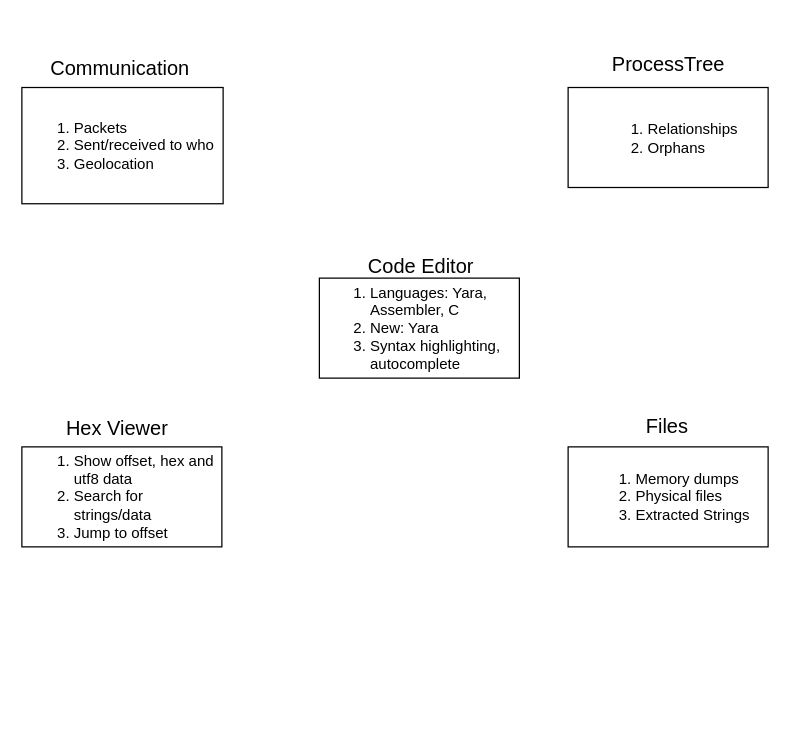
neuromonger/helloWorld keeps this draw.io diagram as UI_interop_map.drawio. Above is the earlier version. Source tidied: cells renumbered, new cells numbered last; positions are measured from the earlier drawing's top-left corner, leaving out a move shared by most shapes. Both pictures are drawn from the tidied source at 125%, with x=0, y=0 at pixel (21, 41).
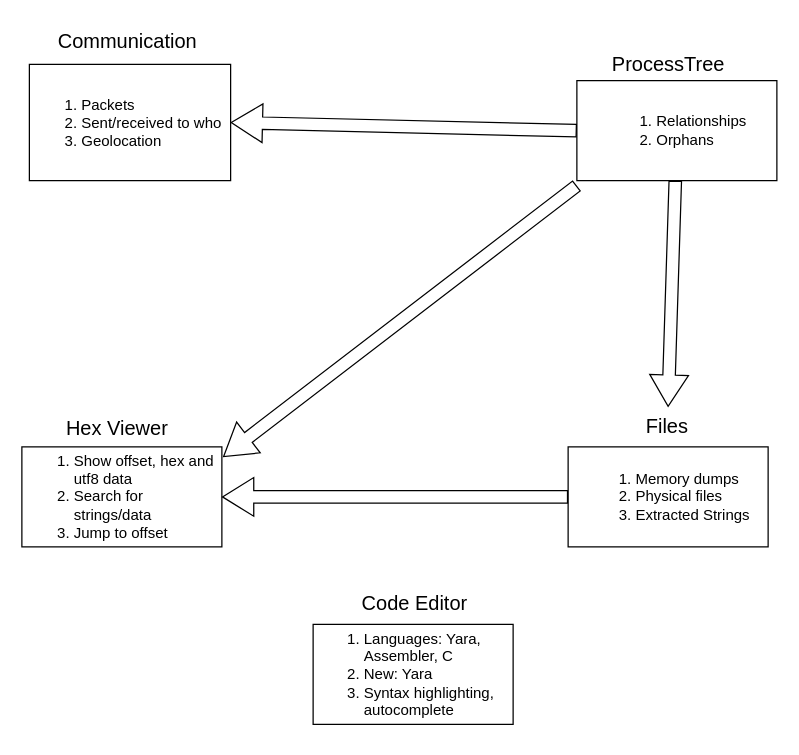
The same diagram, later.

The edit, as a diff of the source:
```diff
@@
 <mxGraphModel>
   <root>
     <mxCell id="0" />
     <mxCell id="1" parent="0" />
     <mxCell id="2" value="&lt;ol&gt;&lt;li&gt;Packets&lt;/li&gt;&lt;li style=&quot;&quot;&gt;Sent/received to who&lt;/li&gt;&lt;li style=&quot;&quot;&gt;Geolocation&lt;/li&gt;&lt;/ol&gt;" style="rounded=0;whiteSpace=wrap;html=1;align=left;" parent="1" vertex="1">
-      <mxGeometry y="36.5" width="161" height="93" as="geometry" />
+      <mxGeometry x="6" y="18" width="161" height="93" as="geometry" />
     </mxCell>
     <mxCell id="3" style="edgeStyle=none;curved=1;rounded=0;jettySize=auto;html=1;fontSize=12;startSize=8;endSize=8;strokeColor=none;" parent="1" edge="1" source="4" target="2">
       <mxGeometry relative="1" as="geometry" />
     </mxCell>
     <mxCell id="4" value="Communication&amp;nbsp;" style="text;strokeColor=none;fillColor=none;html=1;align=center;verticalAlign=middle;whiteSpace=wrap;rounded=0;fontSize=16;" parent="1" vertex="1">
-      <mxGeometry y="6" width="162" height="30" as="geometry" />
+      <mxGeometry x="6" y="-16" width="162" height="30" as="geometry" />
     </mxCell>
     <mxCell id="5" value="&lt;ol&gt;&lt;li style=&quot;text-align: left;&quot;&gt;Relationships&lt;/li&gt;&lt;li style=&quot;text-align: left;&quot;&gt;Orphans&lt;/li&gt;&lt;/ol&gt;" style="rounded=0;whiteSpace=wrap;html=1;" parent="1" vertex="1">
-      <mxGeometry x="437" y="36.5" width="160" height="80" as="geometry" />
+      <mxGeometry x="444" y="31" width="160" height="80" as="geometry" />
     </mxCell>
     <mxCell id="6" value="ProcessTree" style="text;strokeColor=none;fillColor=none;html=1;align=center;verticalAlign=middle;whiteSpace=wrap;rounded=0;fontSize=16;" parent="1" vertex="1">
       <mxGeometry x="437" width="161" height="36" as="geometry" />
     </mxCell>
     <mxCell id="7" value="&lt;ol&gt;&lt;li&gt;Show offset, hex and utf8 data&lt;/li&gt;&lt;li&gt;Search for strings/data&lt;/li&gt;&lt;li style=&quot;&quot;&gt;Jump to offset&lt;/li&gt;&lt;/ol&gt;" style="rounded=0;whiteSpace=wrap;html=1;align=left;" parent="1" vertex="1">
       <mxGeometry y="324" width="160" height="80" as="geometry" />
     </mxCell>
     <mxCell id="8" value="Hex Viewer" style="text;strokeColor=none;fillColor=none;html=1;align=center;verticalAlign=middle;whiteSpace=wrap;rounded=0;fontSize=16;" parent="1" vertex="1">
       <mxGeometry x="14" y="294" width="125" height="30" as="geometry" />
     </mxCell>
     <mxCell id="9" value="&lt;ol&gt;&lt;li style=&quot;text-align: left;&quot;&gt;Memory dumps&lt;/li&gt;&lt;li style=&quot;text-align: left;&quot;&gt;Physical files&lt;/li&gt;&lt;li style=&quot;text-align: left;&quot;&gt;Extracted Strings&lt;/li&gt;&lt;/ol&gt;" style="rounded=0;whiteSpace=wrap;html=1;" parent="1" vertex="1">
       <mxGeometry x="437" y="324" width="160" height="80" as="geometry" />
     </mxCell>
     <mxCell id="10" value="Files" style="text;strokeColor=none;fillColor=none;html=1;align=center;verticalAlign=middle;whiteSpace=wrap;rounded=0;fontSize=16;" parent="1" vertex="1">
       <mxGeometry x="436" y="292" width="161" height="30" as="geometry" />
     </mxCell>
     <mxCell id="11" value="&lt;div style=&quot;text-align: left;&quot;&gt;&lt;ol&gt;&lt;li&gt;Languages: Yara, Assembler, C&lt;br&gt;&lt;/li&gt;&lt;li&gt;New: Yara&lt;br&gt;&lt;/li&gt;&lt;li&gt;Syntax highlighting, autocomplete&amp;nbsp;&lt;br&gt;&lt;/li&gt;&lt;/ol&gt;&lt;/div&gt;" style="rounded=0;whiteSpace=wrap;html=1;" parent="1" vertex="1">
-      <mxGeometry x="238" y="189" width="160" height="80" as="geometry" />
+      <mxGeometry x="233" y="466" width="160" height="80" as="geometry" />
     </mxCell>
     <mxCell id="12" value="Code Editor" style="text;strokeColor=none;fillColor=none;html=1;align=center;verticalAlign=middle;whiteSpace=wrap;rounded=0;fontSize=16;" parent="1" vertex="1">
-      <mxGeometry x="238" y="168" width="163" height="21" as="geometry" />
+      <mxGeometry x="233" y="432" width="163" height="34" as="geometry" />
     </mxCell>
+    <mxCell id="13" style="shape=flexArrow;endArrow=classic;html=1;rounded=0;fontSize=12;startSize=8;endSize=8;curved=1;exitX=0;exitY=0.5;exitDx=0;exitDy=0;entryX=1;entryY=0.5;entryDx=0;entryDy=0;" parent="1" edge="1" source="5" target="2">
+      <mxGeometry relative="1" as="geometry" />
+    </mxCell>
+    <mxCell id="14" style="shape=flexArrow;endArrow=classic;html=1;rounded=0;fontSize=12;startSize=8;endSize=8;curved=1;" parent="1" edge="1" source="5" target="10">
+      <mxGeometry relative="1" as="geometry" />
+    </mxCell>
+    <mxCell id="15" style="shape=flexArrow;endArrow=classic;html=1;rounded=0;fontSize=12;startSize=8;endSize=8;curved=1;exitX=0;exitY=0.5;exitDx=0;exitDy=0;entryX=1;entryY=0.5;entryDx=0;entryDy=0;" parent="1" edge="1" source="9" target="7">
+      <mxGeometry relative="1" as="geometry" />
+    </mxCell>
+    <mxCell id="16" style="shape=flexArrow;endArrow=classic;html=1;rounded=0;fontSize=12;startSize=8;endSize=8;curved=1;" parent="1" edge="1">
+      <mxGeometry relative="1" as="geometry">
+        <mxPoint x="444" y="115" as="sourcePoint" />
+        <mxPoint x="161" y="332" as="targetPoint" />
+      </mxGeometry>
+    </mxCell>
   </root>
 </mxGraphModel>
```
